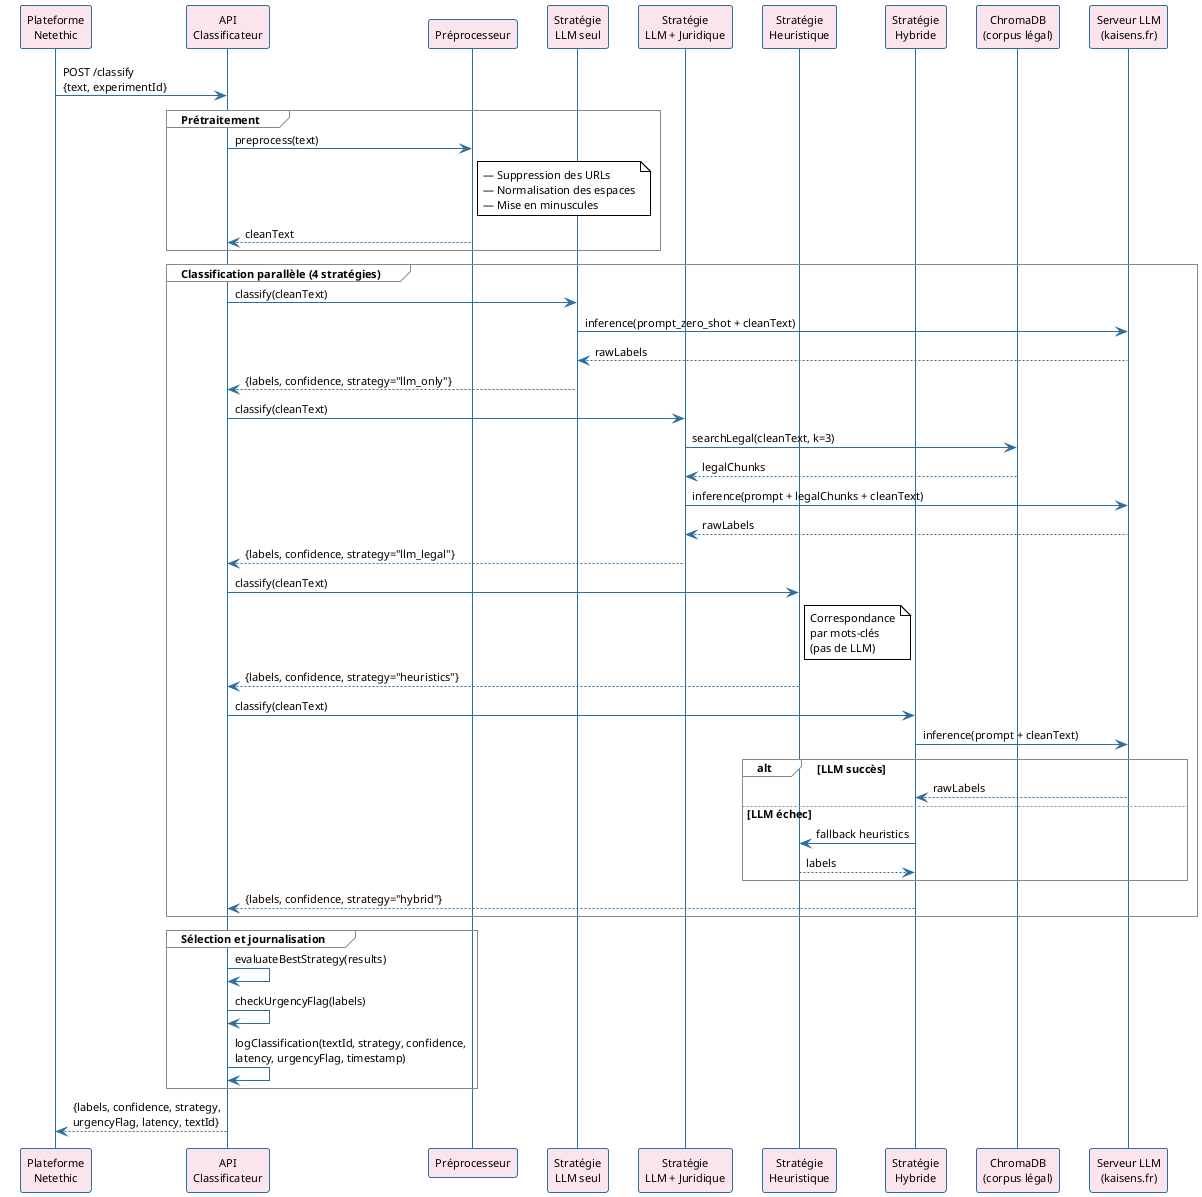
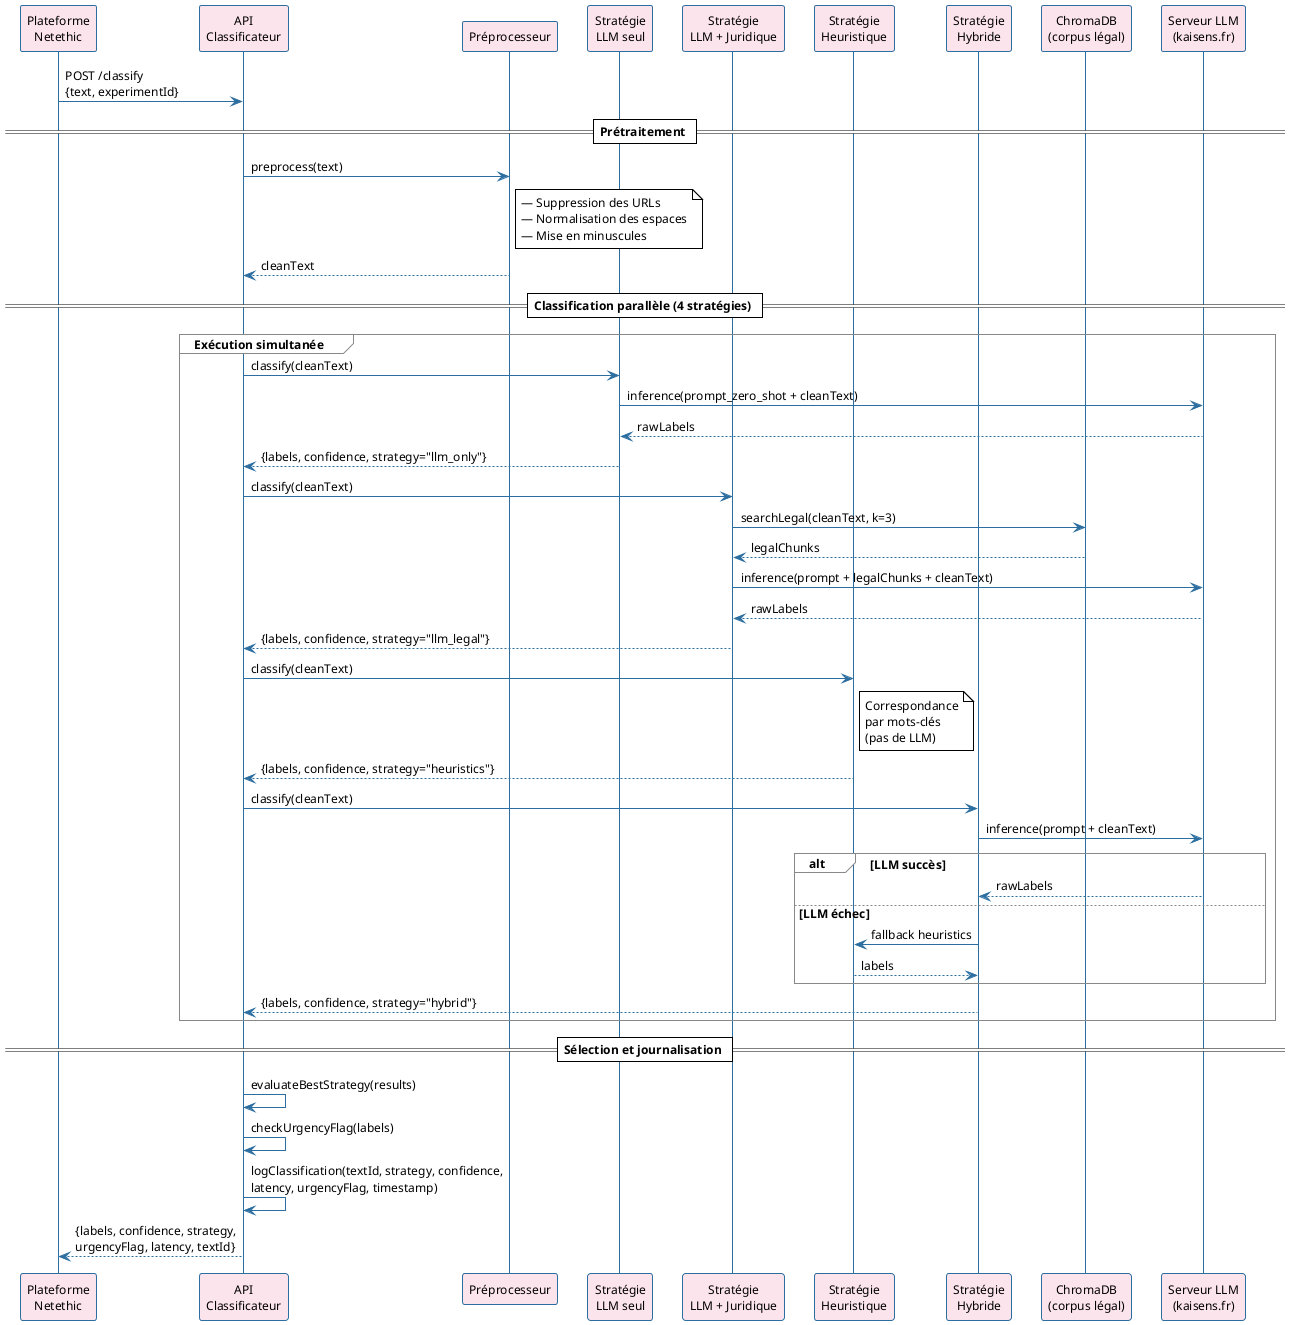
- ﻿@startuml sequence_classificateur
+ @startuml sequence_classificateur
!theme plain
skinparam sequenceArrowColor #2C6EA0
skinparam sequenceLifeLineBorderColor #2C6EA0
skinparam sequenceParticipantBorderColor #2C6EA0
skinparam sequenceParticipantBackgroundColor #FCE4EC
skinparam sequenceActorBorderColor #1A3550
skinparam sequenceGroupBorderColor #888888
skinparam defaultFontName Arial
- skinparam defaultFontSize 11
+ skinparam defaultFontSize 12


participant "Plateforme\nNetethic" as Plat
participant "API\nClassificateur" as API
participant "Préprocesseur" as Prep
participant "Stratégie\nLLM seul" as SLLM
participant "Stratégie\nLLM + Juridique" as SLegal
participant "Stratégie\nHeuristique" as SHeur
participant "Stratégie\nHybride" as SHybrid
participant "ChromaDB\n(corpus légal)" as Chroma
participant "Serveur LLM\n(kaisens.fr)" as LLM

Plat -> API  : POST /classify\n{text, experimentId}

- group Prétraitement
-   API  -> Prep : preprocess(text)
-   note right of Prep : — Suppression des URLs\n— Normalisation des espaces\n— Mise en minuscules
-   Prep --> API  : cleanText
- end
+ == Prétraitement ==

- group Classification parallèle (4 stratégies)
+ API  -> Prep : preprocess(text)
+ note right of Prep
+   — Suppression des URLs
+   — Normalisation des espaces
+   — Mise en minuscules
+ end note
+ Prep --> API  : cleanText
+ 
+ == Classification parallèle (4 stratégies) ==
+ 
+ group Exécution simultanée

  API  -> SLLM    : classify(cleanText)
  SLLM -> LLM     : inference(prompt_zero_shot + cleanText)
  LLM --> SLLM    : rawLabels
  SLLM --> API    : {labels, confidence, strategy="llm_only"}

  API  -> SLegal  : classify(cleanText)
  SLegal -> Chroma : searchLegal(cleanText, k=3)
  Chroma --> SLegal : legalChunks
  SLegal -> LLM    : inference(prompt + legalChunks + cleanText)
  LLM --> SLegal   : rawLabels
  SLegal --> API   : {labels, confidence, strategy="llm_legal"}

  API  -> SHeur   : classify(cleanText)
  note right of SHeur : Correspondance\npar mots-clés\n(pas de LLM)
  SHeur --> API   : {labels, confidence, strategy="heuristics"}

  API  -> SHybrid : classify(cleanText)
  SHybrid -> LLM  : inference(prompt + cleanText)
  alt LLM succès
    LLM --> SHybrid  : rawLabels
  else LLM échec
    SHybrid -> SHeur : fallback heuristics
    SHeur --> SHybrid : labels
  end
  SHybrid --> API : {labels, confidence, strategy="hybrid"}

end

- group Sélection et journalisation
-   API -> API : evaluateBestStrategy(results)
-   API -> API : checkUrgencyFlag(labels)
-   API -> API : logClassification(textId, strategy, confidence,\nlatency, urgencyFlag, timestamp)
- end
+ == Sélection et journalisation ==
+ 
+ API -> API : evaluateBestStrategy(results)
+ API -> API : checkUrgencyFlag(labels)
+ API -> API : logClassification(textId, strategy, confidence,\nlatency, urgencyFlag, timestamp)

API --> Plat : {labels, confidence, strategy,\nurgencyFlag, latency, textId}

@enduml
